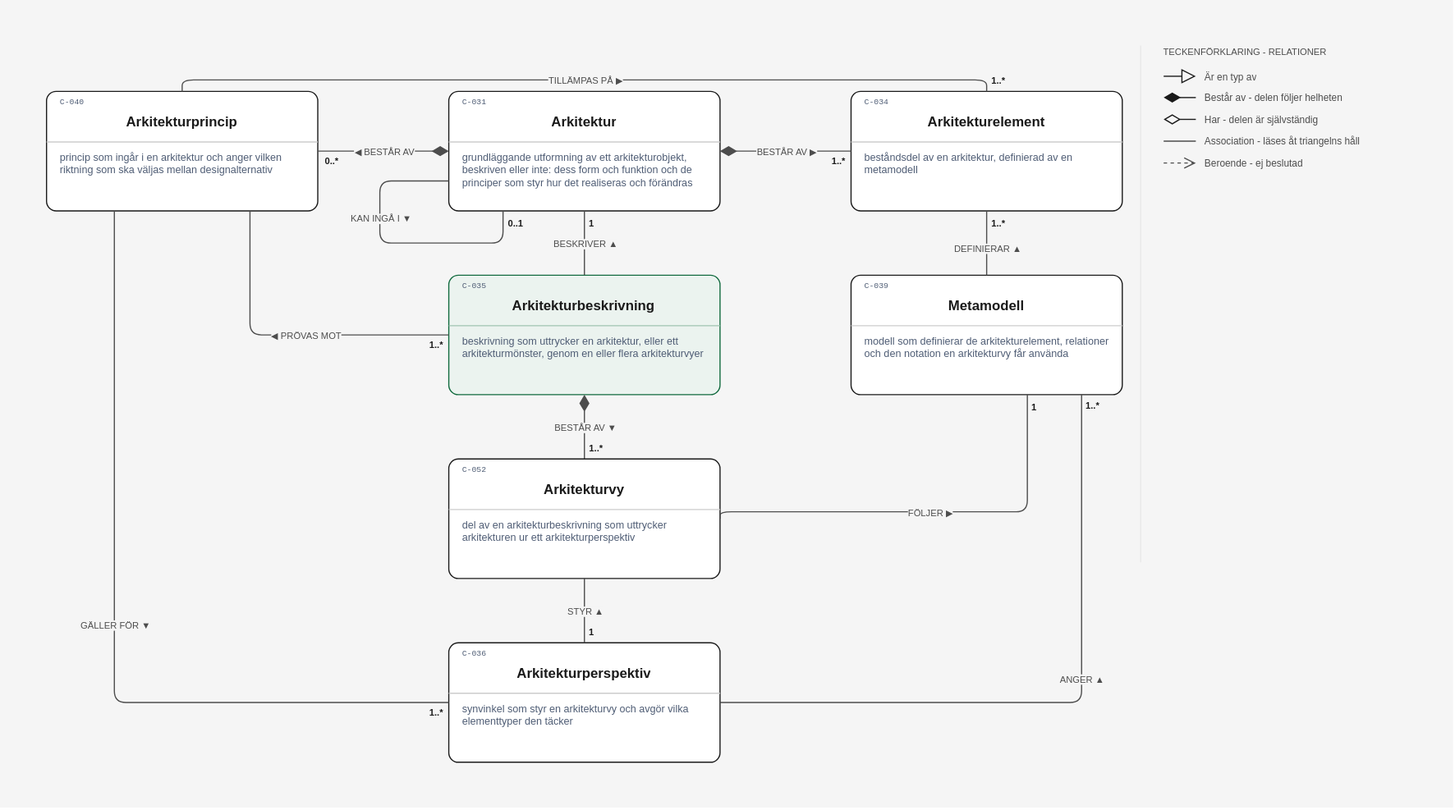
Before: layout/Arkitektur/Arkitektur beskrivningens form.drawio.svg, a diagram exported from draw.io (nickdin/gestaltadet-katalog). Source tidied: cells renumbered, new cells last; positions are measured from the earlier drawing's top-left corner, leaving out a move shared by most shapes.
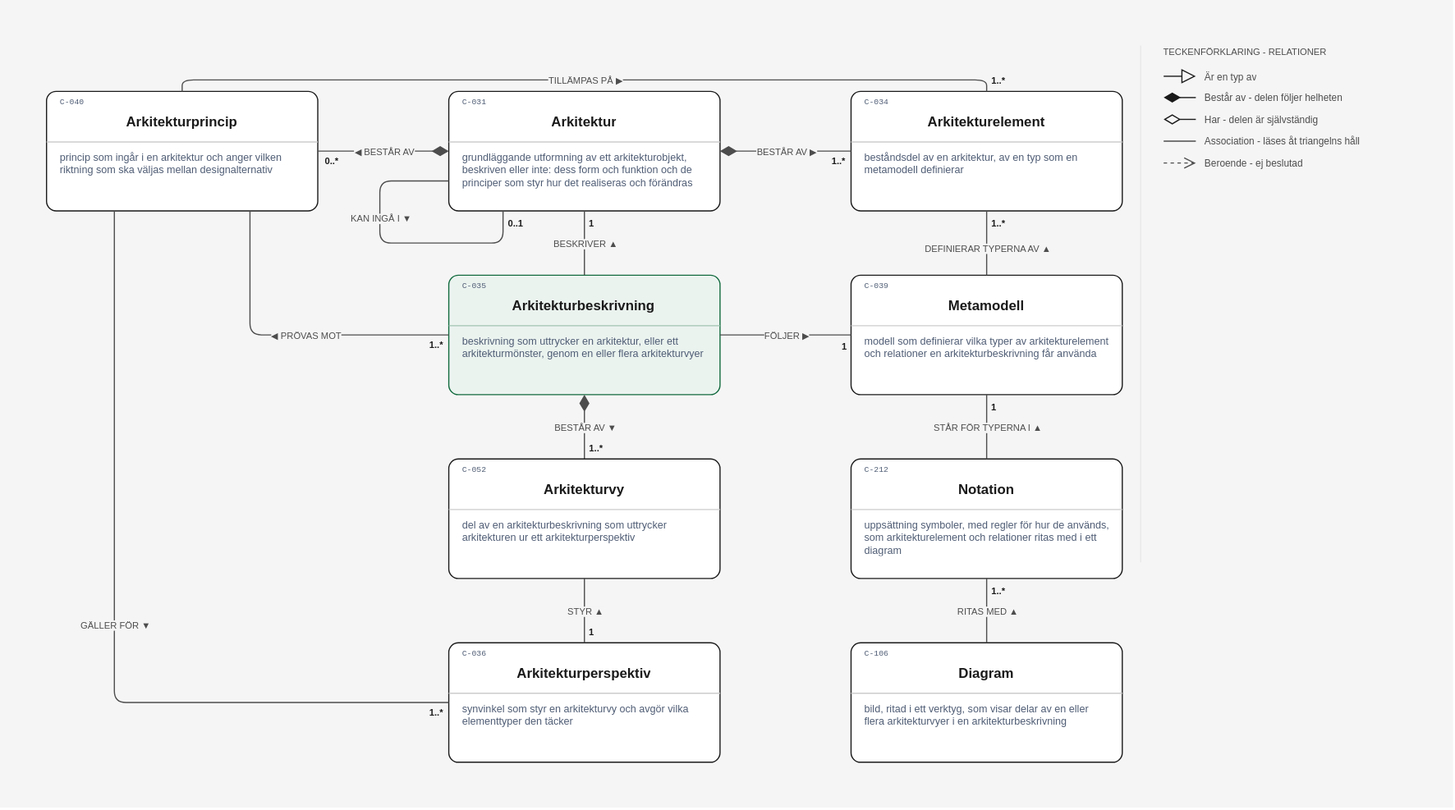
The same file after the commit.

Commit message:
Ritningen Arkitektur beskrivningens form: 1 pil ändrad, 2 tillagda, 1 borttagen efter beslut 42 (#147)

Diff of the diagram source:
```diff
@@ -65,8 +65,8 @@
     <mxCell id="19" value="C-034" style="text;html=1;strokeColor=none;fillColor=none;align=left;verticalAlign=middle;whiteSpace=wrap;overflow=hidden;fontFamily=Courier New;fontSize=7;fontColor=#4f5d75;spacing=0;" parent="15" vertex="1">
       <mxGeometry x="12" y="5" width="60" height="10" as="geometry" />
     </mxCell>
-    <mxCell id="20" value="beståndsdel av en arkitektur, definierad av en metamodell" style="text;html=1;strokeColor=none;fillColor=none;align=left;verticalAlign=top;whiteSpace=wrap;overflow=hidden;fontFamily=Helvetica;fontSize=9;fontColor=#4f5d75;spacing=0;spacingTop=0;" parent="15" vertex="1">
-      <mxGeometry x="12" y="48" width="212" height="26" as="geometry" />
+    <mxCell id="20" value="beståndsdel av en arkitektur, av en typ som en metamodell definierar" style="text;html=1;strokeColor=none;fillColor=none;align=left;verticalAlign=top;whiteSpace=wrap;overflow=hidden;fontFamily=Helvetica;fontSize=9;fontColor=#4f5d75;spacing=0;spacingTop=0;" parent="15" vertex="1">
+      <mxGeometry x="12" y="48" width="212" height="37" as="geometry" />
     </mxCell>
     <mxCell id="21" style="group;" parent="1" vertex="1">
       <mxGeometry x="390" y="240" width="236" height="104" as="geometry" />
@@ -107,7 +107,7 @@
     <mxCell id="31" value="C-039" style="text;html=1;strokeColor=none;fillColor=none;align=left;verticalAlign=middle;whiteSpace=wrap;overflow=hidden;fontFamily=Courier New;fontSize=7;fontColor=#4f5d75;spacing=0;" parent="27" vertex="1">
       <mxGeometry x="12" y="5" width="60" height="10" as="geometry" />
     </mxCell>
-    <mxCell id="32" value="modell som definierar de arkitekturelement, relationer och den notation en arkitekturvy får använda" style="text;html=1;strokeColor=none;fillColor=none;align=left;verticalAlign=top;whiteSpace=wrap;overflow=hidden;fontFamily=Helvetica;fontSize=9;fontColor=#4f5d75;spacing=0;spacingTop=0;" parent="27" vertex="1">
+    <mxCell id="32" value="modell som definierar vilka typer av arkitekturelement och relationer en arkitekturbeskrivning får använda" style="text;html=1;strokeColor=none;fillColor=none;align=left;verticalAlign=top;whiteSpace=wrap;overflow=hidden;fontFamily=Helvetica;fontSize=9;fontColor=#4f5d75;spacing=0;spacingTop=0;" parent="27" vertex="1">
       <mxGeometry x="12" y="48" width="212" height="37" as="geometry" />
     </mxCell>
     <mxCell id="33" style="group;" parent="1" vertex="1">
@@ -226,7 +226,7 @@
         <mxPoint x="9.2" y="10" as="offset" />
       </mxGeometry>
     </mxCell>
-    <mxCell id="62" value="DEFINIERAR ▲" style="edgeLabel;html=1;align=center;verticalAlign=middle;fontFamily=Helvetica;fontSize=8;fontColor=#4d4d4d;fontStyle=0;labelBackgroundColor=#f5f5f5;" parent="60" vertex="1">
+    <mxCell id="62" value="DEFINIERAR TYPERNA AV ▲" style="edgeLabel;html=1;align=center;verticalAlign=middle;fontFamily=Helvetica;fontSize=8;fontColor=#4d4d4d;fontStyle=0;labelBackgroundColor=#f5f5f5;" parent="60" vertex="1">
       <mxGeometry x="-0.15" relative="1" as="geometry" />
     </mxCell>
     <mxCell id="63" style="edgeStyle=orthogonalEdgeStyle;rounded=1;html=1;strokeColor=#4d4d4d;strokeWidth=1;startArrow=diamondThin;startFill=1;startSize=12;endArrow=none;exitX=0.5;exitY=1.0;exitDx=0;exitDy=0;entryX=0.5;entryY=0.0;entryDx=0;entryDy=0;jumpStyle=line;" parent="1" edge="1" source="22" target="70">
@@ -240,17 +240,6 @@
     <mxCell id="65" value="BESTÅR AV ▼" style="edgeLabel;html=1;align=center;verticalAlign=middle;fontFamily=Helvetica;fontSize=8;fontColor=#4d4d4d;fontStyle=0;labelBackgroundColor=#f5f5f5;" parent="63" vertex="1">
       <mxGeometry relative="1" as="geometry" />
     </mxCell>
-    <mxCell id="66" style="edgeStyle=orthogonalEdgeStyle;rounded=1;html=1;strokeColor=#4d4d4d;strokeWidth=1;endArrow=none;endSize=8;exitX=1.0;exitY=0.5;exitDx=0;exitDy=0;entryX=0.85;entryY=1.0;entryDx=0;entryDy=0;jumpStyle=line;" parent="1" edge="1" source="34" target="28">
-      <mxGeometry relative="1" as="geometry" />
-    </mxCell>
-    <mxCell id="67" value="1..*" style="edgeLabel;html=1;align=center;verticalAlign=middle;fontFamily=Helvetica;fontSize=8;fontColor=#1a1a1a;fontStyle=1;labelBackgroundColor=#f5f5f5;" parent="66" vertex="1">
-      <mxGeometry x="1" relative="1" as="geometry">
-        <mxPoint x="9.2" y="10" as="offset" />
-      </mxGeometry>
-    </mxCell>
-    <mxCell id="68" value="ANGER ▲" style="edgeLabel;html=1;align=center;verticalAlign=middle;fontFamily=Helvetica;fontSize=8;fontColor=#4d4d4d;fontStyle=0;labelBackgroundColor=#f5f5f5;" parent="66" vertex="1">
-      <mxGeometry x="0.15" relative="1" as="geometry" />
-    </mxCell>
     <mxCell id="69" style="group;" parent="1" vertex="1">
       <mxGeometry x="390" y="400" width="236" height="104" as="geometry" />
     </mxCell>
@@ -272,16 +261,12 @@
     <mxCell id="74" value="del av en arkitekturbeskrivning som uttrycker arkitekturen ur ett arkitekturperspektiv" style="text;html=1;strokeColor=none;fillColor=none;align=left;verticalAlign=top;whiteSpace=wrap;overflow=hidden;fontFamily=Helvetica;fontSize=9;fontColor=#4f5d75;spacing=0;spacingTop=0;" parent="69" vertex="1">
       <mxGeometry x="12" y="48" width="212" height="26" as="geometry" />
     </mxCell>
-    <mxCell id="75" style="edgeStyle=orthogonalEdgeStyle;rounded=1;html=1;strokeColor=#4d4d4d;strokeWidth=1;endArrow=none;endSize=8;exitX=1.0;exitY=0.5;exitDx=0;exitDy=0;entryX=0.65;entryY=1.0;entryDx=0;entryDy=0;jumpStyle=line;" parent="1" edge="1" source="70" target="28">
-      <mxGeometry relative="1" as="geometry">
-        <Array as="points">
-          <mxPoint x="893.4" y="446" />
-        </Array>
-      </mxGeometry>
+    <mxCell id="75" style="edgeStyle=orthogonalEdgeStyle;rounded=1;html=1;strokeColor=#4d4d4d;strokeWidth=1;endArrow=none;endSize=8;exitX=1;exitY=0.5;exitDx=0;exitDy=0;entryX=0;entryY=0.5;entryDx=0;entryDy=0;jumpStyle=line;" parent="1" edge="1" source="22" target="28">
+      <mxGeometry relative="1" as="geometry" />
     </mxCell>
     <mxCell id="76" value="1" style="edgeLabel;html=1;align=center;verticalAlign=middle;fontFamily=Helvetica;fontSize=8;fontColor=#1a1a1a;fontStyle=1;labelBackgroundColor=#f5f5f5;" parent="75" vertex="1">
       <mxGeometry x="1" relative="1" as="geometry">
-        <mxPoint x="5.3" y="10" as="offset" />
+        <mxPoint x="-7" y="9" as="offset" />
       </mxGeometry>
     </mxCell>
     <mxCell id="77" value="FÖLJER ▶" style="edgeLabel;html=1;align=center;verticalAlign=middle;fontFamily=Helvetica;fontSize=8;fontColor=#4d4d4d;fontStyle=0;labelBackgroundColor=#f5f5f5;" parent="75" vertex="1">
@@ -355,5 +340,69 @@
     <mxCell id="92" value="KAN INGÅ I ▼" style="edgeLabel;html=1;align=center;verticalAlign=middle;fontFamily=Helvetica;fontSize=8;fontColor=#4d4d4d;fontStyle=0;labelBackgroundColor=#f5f5f5;" parent="90" vertex="1">
       <mxGeometry x="-0.26" relative="1" as="geometry" />
     </mxCell>
+    <mxCell id="93" style="group;" parent="1" vertex="1">
+      <mxGeometry x="740" y="400" width="236" height="104" as="geometry" />
+    </mxCell>
+    <mxCell id="94" style="rounded=1;arcSize=8;whiteSpace=wrap;html=1;fillColor=#ffffff;strokeColor=#1a1a1a;strokeWidth=1;" parent="93" vertex="1">
+      <mxGeometry width="236" height="104" as="geometry" />
+    </mxCell>
+    <mxCell id="95" value="Notation" style="text;html=1;strokeColor=none;fillColor=none;align=center;verticalAlign=middle;whiteSpace=wrap;overflow=hidden;fontFamily=Helvetica;fontSize=12;fontColor=#1a1a1a;fontStyle=1;spacing=0;" parent="93" vertex="1">
+      <mxGeometry x="12" y="18" width="212" height="18" as="geometry" />
+    </mxCell>
+    <mxCell id="96" style="endArrow=none;html=1;strokeColor=#cccccc;" parent="93" edge="1">
+      <mxGeometry relative="1" as="geometry">
+        <mxPoint y="44" as="sourcePoint" />
+        <mxPoint x="236" y="44" as="targetPoint" />
+      </mxGeometry>
+    </mxCell>
+    <mxCell id="97" value="C-212" style="text;html=1;strokeColor=none;fillColor=none;align=left;verticalAlign=middle;whiteSpace=wrap;overflow=hidden;fontFamily=Courier New;fontSize=7;fontColor=#4f5d75;spacing=0;" parent="93" vertex="1">
+      <mxGeometry x="12" y="5" width="60" height="10" as="geometry" />
+    </mxCell>
+    <mxCell id="98" value="uppsättning symboler, med regler för hur de används, som arkitekturelement och relationer ritas med i ett diagram" style="text;html=1;strokeColor=none;fillColor=none;align=left;verticalAlign=top;whiteSpace=wrap;overflow=hidden;fontFamily=Helvetica;fontSize=9;fontColor=#4f5d75;spacing=0;spacingTop=0;" parent="93" vertex="1">
+      <mxGeometry x="12" y="48" width="212" height="37" as="geometry" />
+    </mxCell>
+    <mxCell id="99" style="group;" parent="1" vertex="1">
+      <mxGeometry x="740" y="560" width="236" height="104" as="geometry" />
+    </mxCell>
+    <mxCell id="100" style="rounded=1;arcSize=8;whiteSpace=wrap;html=1;fillColor=#ffffff;strokeColor=#1a1a1a;strokeWidth=1;" parent="99" vertex="1">
+      <mxGeometry width="236" height="104" as="geometry" />
+    </mxCell>
+    <mxCell id="101" value="Diagram" style="text;html=1;strokeColor=none;fillColor=none;align=center;verticalAlign=middle;whiteSpace=wrap;overflow=hidden;fontFamily=Helvetica;fontSize=12;fontColor=#1a1a1a;fontStyle=1;spacing=0;" parent="99" vertex="1">
+      <mxGeometry x="12" y="18" width="212" height="18" as="geometry" />
+    </mxCell>
+    <mxCell id="102" style="endArrow=none;html=1;strokeColor=#cccccc;" parent="99" edge="1">
+      <mxGeometry relative="1" as="geometry">
+        <mxPoint y="44" as="sourcePoint" />
+        <mxPoint x="236" y="44" as="targetPoint" />
+      </mxGeometry>
+    </mxCell>
+    <mxCell id="103" value="C-106" style="text;html=1;strokeColor=none;fillColor=none;align=left;verticalAlign=middle;whiteSpace=wrap;overflow=hidden;fontFamily=Courier New;fontSize=7;fontColor=#4f5d75;spacing=0;" parent="99" vertex="1">
+      <mxGeometry x="12" y="5" width="60" height="10" as="geometry" />
+    </mxCell>
+    <mxCell id="104" value="bild, ritad i ett verktyg, som visar delar av en eller flera arkitekturvyer i en arkitekturbeskrivning" style="text;html=1;strokeColor=none;fillColor=none;align=left;verticalAlign=top;whiteSpace=wrap;overflow=hidden;fontFamily=Helvetica;fontSize=9;fontColor=#4f5d75;spacing=0;spacingTop=0;" parent="99" vertex="1">
+      <mxGeometry x="12" y="48" width="212" height="37" as="geometry" />
+    </mxCell>
+    <mxCell id="105" style="edgeStyle=orthogonalEdgeStyle;rounded=1;html=1;strokeColor=#4d4d4d;strokeWidth=1;endArrow=none;endSize=8;exitX=0.5;exitY=0;exitDx=0;exitDy=0;entryX=0.5;entryY=1;entryDx=0;entryDy=0;jumpStyle=line;" parent="1" edge="1" source="94" target="28">
+      <mxGeometry relative="1" as="geometry" />
+    </mxCell>
+    <mxCell id="106" value="STÅR FÖR TYPERNA I ▲" style="edgeLabel;html=1;align=center;verticalAlign=middle;fontFamily=Helvetica;fontSize=8;fontColor=#4d4d4d;fontStyle=0;labelBackgroundColor=#f5f5f5;" parent="105" vertex="1">
+      <mxGeometry relative="1" as="geometry" />
+    </mxCell>
+    <mxCell id="107" value="1" style="edgeLabel;html=1;align=center;verticalAlign=middle;fontFamily=Helvetica;fontSize=8;fontColor=#1a1a1a;fontStyle=1;labelBackgroundColor=#f5f5f5;" parent="105" vertex="1">
+      <mxGeometry x="1" relative="1" as="geometry">
+        <mxPoint x="5.3" y="10" as="offset" />
+      </mxGeometry>
+    </mxCell>
+    <mxCell id="108" style="edgeStyle=orthogonalEdgeStyle;rounded=1;html=1;strokeColor=#4d4d4d;strokeWidth=1;endArrow=none;endSize=8;exitX=0.5;exitY=0;exitDx=0;exitDy=0;entryX=0.5;entryY=1;entryDx=0;entryDy=0;jumpStyle=line;" parent="1" edge="1" source="100" target="94">
+      <mxGeometry relative="1" as="geometry" />
+    </mxCell>
+    <mxCell id="109" value="RITAS MED ▲" style="edgeLabel;html=1;align=center;verticalAlign=middle;fontFamily=Helvetica;fontSize=8;fontColor=#4d4d4d;fontStyle=0;labelBackgroundColor=#f5f5f5;" parent="108" vertex="1">
+      <mxGeometry relative="1" as="geometry" />
+    </mxCell>
+    <mxCell id="67" value="1..*" style="edgeLabel;html=1;align=center;verticalAlign=middle;fontFamily=Helvetica;fontSize=8;fontColor=#1a1a1a;fontStyle=1;labelBackgroundColor=#f5f5f5;" parent="108" vertex="1">
+      <mxGeometry x="1" relative="1" as="geometry">
+        <mxPoint x="9.2" y="10" as="offset" />
+      </mxGeometry>
+    </mxCell>
   </root>
 </mxGraphModel>
```
